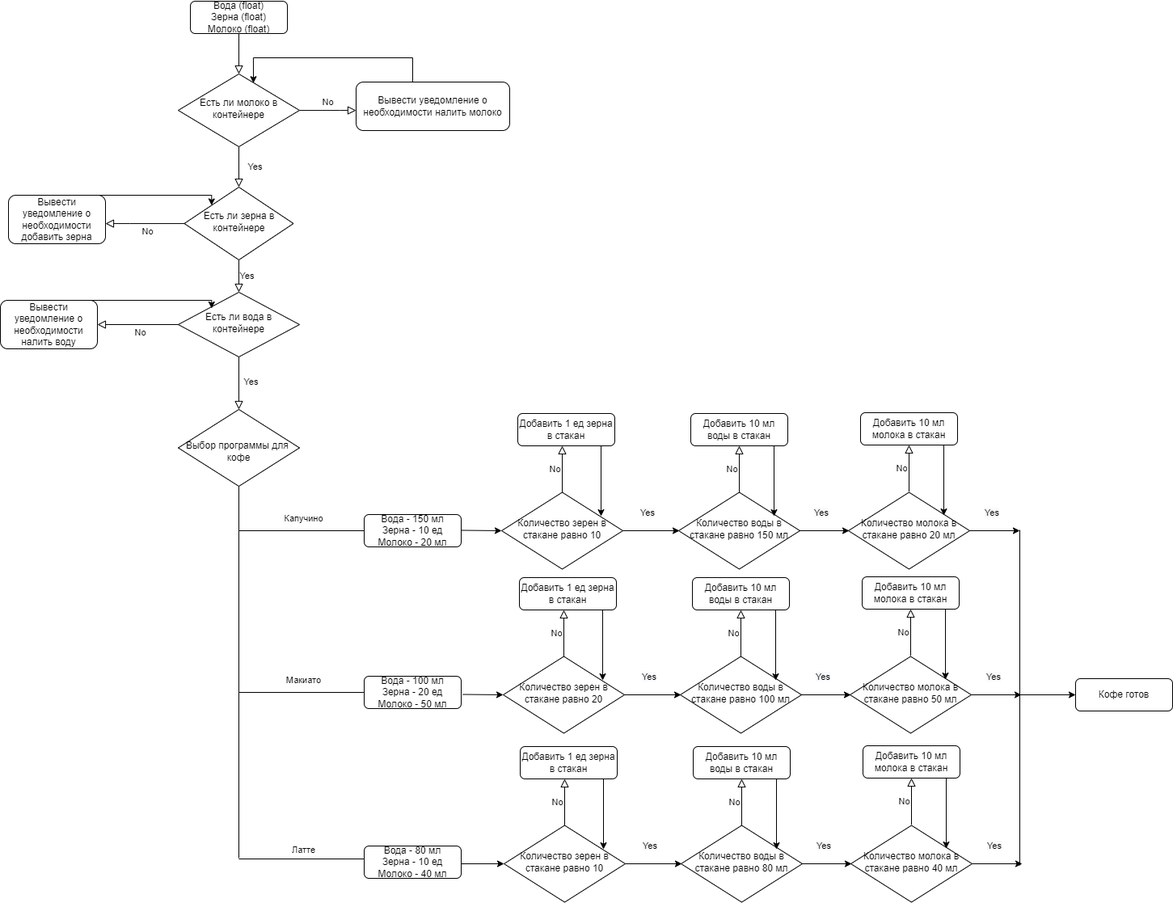
otusteamedu/PHP_BASIC_2022 keeps this draw.io diagram as Блок-схема работы кофемашины.png. Above is the earlier version. Source tidied: cells renumbered, new cells last; positions are measured from the earlier drawing's top-left corner, leaving out a move shared by most shapes.
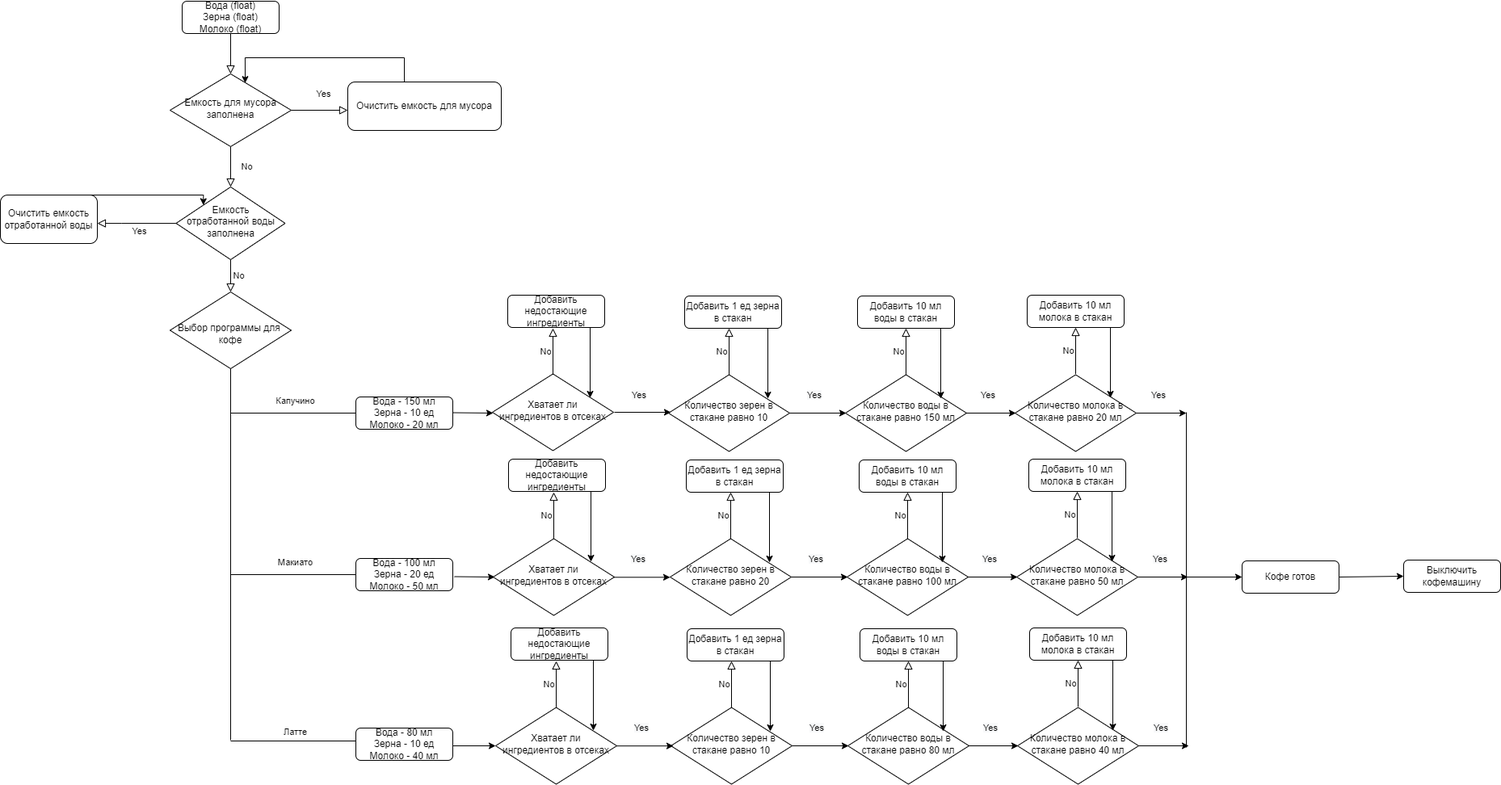
After the commit.

Commit message:
Обновил блок-схему: перенес проверку наличия ингридиентов в программу, добавил проверку отсеков

The edit, as a diff of the source:
```diff
@@ -8,17 +8,9 @@
     <mxCell id="3" value="Вода (float)&lt;br&gt;Зерна (float)&lt;br&gt;Молоко (float)" style="rounded=1;whiteSpace=wrap;html=1;fontSize=12;glass=0;strokeWidth=1;shadow=0;" parent="1" vertex="1">
-      <mxGeometry x="235" width="120" height="40" as="geometry" />
+      <mxGeometry x="18" y="145" width="120" height="40" as="geometry" />
     </mxCell>
-    <mxCell id="4" value="Yes" style="rounded=0;html=1;jettySize=auto;fontSize=11;endArrow=block;endFill=0;endSize=8;strokeWidth=1;shadow=0;labelBackgroundColor=none;edgeStyle=orthogonalEdgeStyle;" parent="1" edge="1" source="6" target="11">
+    <mxCell id="4" value="No" style="rounded=0;html=1;jettySize=auto;fontSize=11;endArrow=block;endFill=0;endSize=8;strokeWidth=1;shadow=0;labelBackgroundColor=none;edgeStyle=orthogonalEdgeStyle;" parent="1" edge="1" source="6" target="11">
       <mxGeometry y="20" relative="1" as="geometry" />
     </mxCell>
-    <mxCell id="5" value="No" style="edgeStyle=orthogonalEdgeStyle;rounded=0;html=1;jettySize=auto;fontSize=11;endArrow=block;endFill=0;endSize=8;strokeWidth=1;shadow=0;labelBackgroundColor=none;" parent="1" edge="1" source="6" target="8">
-      <mxGeometry y="10" relative="1" as="geometry">
-        <Array as="points">
-          <mxPoint x="420" y="135" />
-          <mxPoint x="420" y="135" />
-        </Array>
-      </mxGeometry>
-    </mxCell>
-    <mxCell id="6" value="Есть ли молоко в контейнере" style="rhombus;whiteSpace=wrap;html=1;shadow=0;fontFamily=Helvetica;fontSize=12;align=center;strokeWidth=1;spacing=6;spacingTop=-4;" parent="1" vertex="1">
-      <mxGeometry x="220" y="90" width="150" height="90" as="geometry" />
+    <mxCell id="6" value="Емкость для мусора заполнена" style="rhombus;whiteSpace=wrap;html=1;shadow=0;fontFamily=Helvetica;fontSize=12;align=center;strokeWidth=1;spacing=6;spacingTop=-4;" parent="1" vertex="1">
+      <mxGeometry x="3" y="235" width="150" height="90" as="geometry" />
     </mxCell>
@@ -27,4 +19,4 @@
         <Array as="points">
-          <mxPoint x="510" y="70" />
-          <mxPoint x="313" y="70" />
+          <mxPoint x="293" y="215" />
+          <mxPoint x="96" y="215" />
         </Array>
@@ -32,10 +24,10 @@
     </mxCell>
-    <mxCell id="8" value="Вывести уведомление о необходимости налить молоко" style="rounded=1;whiteSpace=wrap;html=1;fontSize=12;glass=0;strokeWidth=1;shadow=0;" parent="1" vertex="1">
-      <mxGeometry x="440" y="100" width="190" height="60" as="geometry" />
+    <mxCell id="8" value="Очистить емкость для мусора" style="rounded=1;whiteSpace=wrap;html=1;fontSize=12;glass=0;strokeWidth=1;shadow=0;" parent="1" vertex="1">
+      <mxGeometry x="223" y="245" width="190" height="60" as="geometry" />
     </mxCell>
-    <mxCell id="9" value="No" style="rounded=0;html=1;jettySize=auto;fontSize=11;endArrow=block;endFill=0;endSize=8;strokeWidth=1;shadow=0;labelBackgroundColor=none;edgeStyle=orthogonalEdgeStyle;" parent="1" edge="1" source="11" target="12">
+    <mxCell id="9" value="Yes" style="rounded=0;html=1;jettySize=auto;fontSize=11;endArrow=block;endFill=0;endSize=8;strokeWidth=1;shadow=0;labelBackgroundColor=none;edgeStyle=orthogonalEdgeStyle;" parent="1" edge="1" source="11" target="12">
       <mxGeometry x="-0.03" y="10" relative="1" as="geometry">
         <Array as="points">
-          <mxPoint x="160" y="275" />
-          <mxPoint x="160" y="275" />
+          <mxPoint x="-57" y="420" />
+          <mxPoint x="-57" y="420" />
         </Array>
@@ -44,12 +36,12 @@
     </mxCell>
-    <mxCell id="10" value="Yes" style="edgeStyle=orthogonalEdgeStyle;rounded=0;html=1;jettySize=auto;fontSize=11;endArrow=block;endFill=0;endSize=8;strokeWidth=1;shadow=0;labelBackgroundColor=none;" parent="1" edge="1" source="11">
+    <mxCell id="10" value="No" style="edgeStyle=orthogonalEdgeStyle;rounded=0;html=1;jettySize=auto;fontSize=11;endArrow=block;endFill=0;endSize=8;strokeWidth=1;shadow=0;labelBackgroundColor=none;" parent="1" edge="1" source="11">
       <mxGeometry y="10" relative="1" as="geometry">
-        <mxPoint x="295" y="360" as="targetPoint" />
+        <mxPoint x="78" y="505" as="targetPoint" />
       </mxGeometry>
     </mxCell>
-    <mxCell id="11" value="Есть ли зерна в контейнере" style="rhombus;whiteSpace=wrap;html=1;shadow=0;fontFamily=Helvetica;fontSize=12;align=center;strokeWidth=1;spacing=6;spacingTop=-4;" parent="1" vertex="1">
-      <mxGeometry x="227.5" y="230" width="135" height="90" as="geometry" />
+    <mxCell id="11" value="Емкость отработанной воды заполнена" style="rhombus;whiteSpace=wrap;html=1;shadow=0;fontFamily=Helvetica;fontSize=12;align=center;strokeWidth=1;spacing=6;spacingTop=-4;" parent="1" vertex="1">
+      <mxGeometry x="10.5" y="375" width="135" height="90" as="geometry" />
     </mxCell>
-    <mxCell id="12" value="Вывести уведомление о необходимости добавить зерна" style="rounded=1;whiteSpace=wrap;html=1;fontSize=12;glass=0;strokeWidth=1;shadow=0;" parent="1" vertex="1">
-      <mxGeometry x="10" y="240" width="120" height="60" as="geometry" />
+    <mxCell id="12" value="Очистить емкость отработанной воды" style="rounded=1;whiteSpace=wrap;html=1;fontSize=12;glass=0;strokeWidth=1;shadow=0;" parent="1" vertex="1">
+      <mxGeometry x="-207" y="385" width="120" height="60" as="geometry" />
     </mxCell>
@@ -58,57 +50,34 @@
     </mxCell>
-    <mxCell id="14" value="Есть ли вода в контейнере" style="rhombus;whiteSpace=wrap;html=1;shadow=0;fontFamily=Helvetica;fontSize=12;align=center;strokeWidth=1;spacing=6;spacingTop=-4;" parent="1" vertex="1">
-      <mxGeometry x="220" y="360" width="150" height="80" as="geometry" />
-    </mxCell>
-    <mxCell id="15" value="Yes" style="edgeStyle=orthogonalEdgeStyle;rounded=0;html=1;jettySize=auto;fontSize=11;endArrow=block;endFill=0;endSize=8;strokeWidth=1;shadow=0;labelBackgroundColor=none;exitX=0.5;exitY=1;exitDx=0;exitDy=0;" parent="1" edge="1" source="14">
-      <mxGeometry x="-0.08" y="15" relative="1" as="geometry">
-        <mxPoint x="295" y="505" as="targetPoint" />
-      </mxGeometry>
-    </mxCell>
-    <mxCell id="16" value="No" style="rounded=0;html=1;jettySize=auto;fontSize=11;endArrow=block;endFill=0;endSize=8;strokeWidth=1;shadow=0;labelBackgroundColor=none;edgeStyle=orthogonalEdgeStyle;" parent="1" edge="1" target="17">
-      <mxGeometry x="-0.03" y="10" relative="1" as="geometry">
-        <mxPoint x="220" y="400" as="sourcePoint" />
-        <mxPoint x="1" as="offset" />
-      </mxGeometry>
-    </mxCell>
-    <mxCell id="17" value="Вывести уведомление о необходимости налить воду" style="rounded=1;whiteSpace=wrap;html=1;fontSize=12;glass=0;strokeWidth=1;shadow=0;" parent="1" vertex="1">
-      <mxGeometry y="370" width="120" height="60" as="geometry" />
-    </mxCell>
-    <mxCell id="18" style="edgeStyle=segmentEdgeStyle;endArrow=classic;html=1;rounded=0;exitX=0.5;exitY=0;exitDx=0;exitDy=0;entryX=0;entryY=0;entryDx=0;entryDy=0;" parent="1" edge="1">
-      <mxGeometry relative="1" as="geometry">
-        <mxPoint x="70" y="370" as="sourcePoint" />
-        <mxPoint x="261.2" y="380" as="targetPoint" />
-      </mxGeometry>
-    </mxCell>
     <mxCell id="19" value="&lt;br&gt;Выбор программы для &lt;br&gt;кофе" style="rhombus;whiteSpace=wrap;html=1;shadow=0;fontFamily=Helvetica;fontSize=12;align=center;strokeWidth=1;spacing=6;spacingTop=-4;" parent="1" vertex="1">
-      <mxGeometry x="220" y="505" width="150" height="95" as="geometry" />
+      <mxGeometry x="3" y="505" width="150" height="95" as="geometry" />
     </mxCell>
     <mxCell id="20" style="line;strokeWidth=1;direction=south;html=1;" parent="1" vertex="1">
-      <mxGeometry x="290" y="600" width="10" height="460" as="geometry" />
+      <mxGeometry x="73" y="600" width="10" height="460" as="geometry" />
     </mxCell>
     <mxCell id="21" style="line;strokeWidth=1;html=1;perimeter=backbonePerimeter;" parent="1" vertex="1">
-      <mxGeometry x="295" y="650" width="160" height="10" as="geometry" />
+      <mxGeometry x="78" y="650" width="160" height="10" as="geometry" />
     </mxCell>
     <mxCell id="22" value="Капучино" style="text;strokeColor=none;fillColor=none;html=1;fontSize=11;fontStyle=0;verticalAlign=middle;align=center;" parent="1" vertex="1">
-      <mxGeometry x="325" y="620" width="100" height="40" as="geometry" />
+      <mxGeometry x="108" y="620" width="100" height="40" as="geometry" />
     </mxCell>
     <mxCell id="23" value="Вода - 150 мл&lt;br&gt;Зерна - 10 ед&lt;br&gt;Молоко - 20 мл" style="rounded=1;whiteSpace=wrap;html=1;fontSize=12;glass=0;strokeWidth=1;shadow=0;" parent="1" vertex="1">
-      <mxGeometry x="450" y="635" width="120" height="40" as="geometry" />
+      <mxGeometry x="233" y="635" width="120" height="40" as="geometry" />
     </mxCell>
     <mxCell id="24" style="line;strokeWidth=1;html=1;perimeter=backbonePerimeter;" parent="1" vertex="1">
-      <mxGeometry x="295" y="850" width="160" height="10" as="geometry" />
+      <mxGeometry x="78" y="850" width="160" height="10" as="geometry" />
     </mxCell>
     <mxCell id="25" value="Макиато" style="text;strokeColor=none;fillColor=none;html=1;fontSize=11;fontStyle=0;verticalAlign=middle;align=center;" parent="1" vertex="1">
-      <mxGeometry x="325" y="820" width="100" height="40" as="geometry" />
+      <mxGeometry x="108" y="820" width="100" height="40" as="geometry" />
     </mxCell>
     <mxCell id="26" value="Вода - 100 мл&lt;br&gt;Зерна - 20 ед&lt;br&gt;Молоко - 50 мл" style="rounded=1;whiteSpace=wrap;html=1;fontSize=12;glass=0;strokeWidth=1;shadow=0;" parent="1" vertex="1">
-      <mxGeometry x="450" y="835" width="120" height="40" as="geometry" />
+      <mxGeometry x="233" y="835" width="120" height="40" as="geometry" />
     </mxCell>
     <mxCell id="27" style="line;strokeWidth=1;html=1;perimeter=backbonePerimeter;" parent="1" vertex="1">
-      <mxGeometry x="295" y="1056" width="160" height="10" as="geometry" />
+      <mxGeometry x="78" y="1056" width="160" height="10" as="geometry" />
     </mxCell>
     <mxCell id="28" value="Латте" style="text;strokeColor=none;fillColor=none;html=1;fontSize=11;fontStyle=0;verticalAlign=middle;align=center;" parent="1" vertex="1">
-      <mxGeometry x="325" y="1030" width="100" height="40" as="geometry" />
+      <mxGeometry x="108" y="1030" width="100" height="40" as="geometry" />
     </mxCell>
     <mxCell id="29" value="Вода - 80 мл&lt;br&gt;Зерна - 10 ед&lt;br&gt;Молоко - 40 мл" style="rounded=1;whiteSpace=wrap;html=1;fontSize=12;glass=0;strokeWidth=1;shadow=0;" parent="1" vertex="1">
-      <mxGeometry x="450" y="1045" width="120" height="40" as="geometry" />
+      <mxGeometry x="233" y="1045" width="120" height="40" as="geometry" />
     </mxCell>
@@ -116,4 +85,4 @@
       <mxGeometry relative="1" as="geometry">
-        <mxPoint x="570" y="654.5" as="sourcePoint" />
-        <mxPoint x="620" y="655" as="targetPoint" />
+        <mxPoint x="353" y="654.5" as="sourcePoint" />
+        <mxPoint x="403" y="655" as="targetPoint" />
       </mxGeometry>
@@ -203,4 +172,4 @@
       <mxGeometry relative="1" as="geometry">
-        <mxPoint x="572" y="857.5" as="sourcePoint" />
-        <mxPoint x="622" y="858" as="targetPoint" />
+        <mxPoint x="355" y="857.5" as="sourcePoint" />
+        <mxPoint x="405" y="858" as="targetPoint" />
       </mxGeometry>
@@ -290,4 +259,4 @@
       <mxGeometry relative="1" as="geometry">
-        <mxPoint x="570" y="1067" as="sourcePoint" />
-        <mxPoint x="623" y="1067" as="targetPoint" />
+        <mxPoint x="353" y="1067" as="sourcePoint" />
+        <mxPoint x="406" y="1067" as="targetPoint" />
       </mxGeometry>
@@ -390,2 +359,98 @@
     </mxCell>
+    <mxCell id="90" style="endArrow=classic;html=1;rounded=0;fontSize=11;exitX=1;exitY=0.5;exitDx=0;exitDy=0;entryX=0;entryY=0.5;entryDx=0;entryDy=0;" parent="1" edge="1" source="89" target="91">
+      <mxGeometry relative="1" as="geometry" />
+    </mxCell>
+    <mxCell id="91" value="Выключить кофемашину" style="rounded=1;whiteSpace=wrap;html=1;fontSize=12;glass=0;strokeWidth=1;shadow=0;" parent="1" vertex="1">
+      <mxGeometry x="1530" y="837" width="120" height="40" as="geometry" />
+    </mxCell>
+    <mxCell id="92" value="Yes" style="rounded=0;html=1;jettySize=auto;orthogonalLoop=1;fontSize=11;endArrow=block;endFill=0;endSize=8;strokeWidth=1;shadow=0;labelBackgroundColor=none;edgeStyle=orthogonalEdgeStyle;entryX=0;entryY=0.5;entryDx=0;entryDy=0;" parent="1" edge="1">
+      <mxGeometry x="0.14" y="20" relative="1" as="geometry">
+        <mxPoint x="153" y="280" as="sourcePoint" />
+        <mxPoint x="223" y="280" as="targetPoint" />
+      </mxGeometry>
+    </mxCell>
+    <mxCell id="93" value="Хватает ли ингредиентов в отсеках" style="rhombus;whiteSpace=wrap;html=1;shadow=0;fontFamily=Helvetica;fontSize=12;align=center;strokeWidth=1;spacing=6;spacingTop=-4;" parent="1" vertex="1">
+      <mxGeometry x="402" y="606.5" width="150" height="95" as="geometry" />
+    </mxCell>
+    <mxCell id="94" value="Хватает ли ингредиентов в отсеках" style="rhombus;whiteSpace=wrap;html=1;shadow=0;fontFamily=Helvetica;fontSize=12;align=center;strokeWidth=1;spacing=6;spacingTop=-4;" parent="1" vertex="1">
+      <mxGeometry x="403" y="810.5" width="150" height="95" as="geometry" />
+    </mxCell>
+    <mxCell id="95" value="No" style="rounded=0;html=1;jettySize=auto;orthogonalLoop=1;fontSize=11;endArrow=block;endFill=0;endSize=8;strokeWidth=1;shadow=0;labelBackgroundColor=none;edgeStyle=orthogonalEdgeStyle;exitX=0.5;exitY=0;exitDx=0;exitDy=0;" parent="1" edge="1">
+      <mxGeometry x="-0.03" y="10" relative="1" as="geometry">
+        <mxPoint x="477" y="607.5" as="sourcePoint" />
+        <mxPoint x="477" y="550" as="targetPoint" />
+        <mxPoint x="1" as="offset" />
+      </mxGeometry>
+    </mxCell>
+    <mxCell id="96" value="Добавить недостающие ингредиенты" style="rounded=1;whiteSpace=wrap;html=1;fontSize=12;glass=0;strokeWidth=1;shadow=0;" parent="1" vertex="1">
+      <mxGeometry x="421" y="509" width="120" height="40" as="geometry" />
+    </mxCell>
+    <mxCell id="97" style="endArrow=classic;html=1;rounded=0;fontSize=11;entryX=0.82;entryY=0.311;entryDx=0;entryDy=0;entryPerimeter=0;" parent="1" edge="1">
+      <mxGeometry relative="1" as="geometry">
+        <mxPoint x="523" y="549" as="sourcePoint" />
+        <mxPoint x="523" y="636" as="targetPoint" />
+      </mxGeometry>
+    </mxCell>
+    <mxCell id="98" value="No" style="rounded=0;html=1;jettySize=auto;orthogonalLoop=1;fontSize=11;endArrow=block;endFill=0;endSize=8;strokeWidth=1;shadow=0;labelBackgroundColor=none;edgeStyle=orthogonalEdgeStyle;exitX=0.5;exitY=0;exitDx=0;exitDy=0;" parent="1" edge="1">
+      <mxGeometry x="-0.03" y="10" relative="1" as="geometry">
+        <mxPoint x="478" y="810.5" as="sourcePoint" />
+        <mxPoint x="478" y="753" as="targetPoint" />
+        <mxPoint x="1" as="offset" />
+      </mxGeometry>
+    </mxCell>
+    <mxCell id="99" value="Добавить недостающие ингредиенты" style="rounded=1;whiteSpace=wrap;html=1;fontSize=12;glass=0;strokeWidth=1;shadow=0;" parent="1" vertex="1">
+      <mxGeometry x="422" y="712" width="120" height="40" as="geometry" />
+    </mxCell>
+    <mxCell id="100" style="endArrow=classic;html=1;rounded=0;fontSize=11;entryX=0.82;entryY=0.311;entryDx=0;entryDy=0;entryPerimeter=0;" parent="1" edge="1">
+      <mxGeometry relative="1" as="geometry">
+        <mxPoint x="524" y="752" as="sourcePoint" />
+        <mxPoint x="524" y="839" as="targetPoint" />
+      </mxGeometry>
+    </mxCell>
+    <mxCell id="101" value="Хватает ли ингредиентов в отсеках" style="rhombus;whiteSpace=wrap;html=1;shadow=0;fontFamily=Helvetica;fontSize=12;align=center;strokeWidth=1;spacing=6;spacingTop=-4;" parent="1" vertex="1">
+      <mxGeometry x="406" y="1019.5" width="150" height="95" as="geometry" />
+    </mxCell>
+    <mxCell id="102" value="No" style="rounded=0;html=1;jettySize=auto;orthogonalLoop=1;fontSize=11;endArrow=block;endFill=0;endSize=8;strokeWidth=1;shadow=0;labelBackgroundColor=none;edgeStyle=orthogonalEdgeStyle;exitX=0.5;exitY=0;exitDx=0;exitDy=0;" parent="1" edge="1">
+      <mxGeometry x="-0.03" y="10" relative="1" as="geometry">
+        <mxPoint x="481" y="1019.5" as="sourcePoint" />
+        <mxPoint x="481" y="962" as="targetPoint" />
+        <mxPoint x="1" as="offset" />
+      </mxGeometry>
+    </mxCell>
+    <mxCell id="103" value="Добавить недостающие ингредиенты" style="rounded=1;whiteSpace=wrap;html=1;fontSize=12;glass=0;strokeWidth=1;shadow=0;" parent="1" vertex="1">
+      <mxGeometry x="425" y="921" width="120" height="40" as="geometry" />
+    </mxCell>
+    <mxCell id="104" style="endArrow=classic;html=1;rounded=0;fontSize=11;entryX=0.82;entryY=0.311;entryDx=0;entryDy=0;entryPerimeter=0;" parent="1" edge="1">
+      <mxGeometry relative="1" as="geometry">
+        <mxPoint x="527" y="961" as="sourcePoint" />
+        <mxPoint x="527" y="1048" as="targetPoint" />
+      </mxGeometry>
+    </mxCell>
+    <mxCell id="105" value="&lt;span style=&quot;color: rgb(0, 0, 0); font-family: helvetica; font-size: 11px; font-style: normal; font-weight: 400; letter-spacing: normal; text-align: center; text-indent: 0px; text-transform: none; word-spacing: 0px; background-color: rgb(248, 249, 250); display: inline; float: none;&quot;&gt;Yes&lt;/span&gt;" style="text;whiteSpace=wrap;html=1;fontSize=11;" parent="1" vertex="1">
+      <mxGeometry x="573" y="620" width="40" height="30" as="geometry" />
+    </mxCell>
+    <mxCell id="106" style="endArrow=classic;html=1;rounded=0;fontSize=11;exitX=1;exitY=0.5;exitDx=0;exitDy=0;" parent="1" edge="1">
+      <mxGeometry relative="1" as="geometry">
+        <mxPoint x="553" y="654" as="sourcePoint" />
+        <mxPoint x="623" y="654" as="targetPoint" />
+      </mxGeometry>
+    </mxCell>
+    <mxCell id="107" value="&lt;span style=&quot;color: rgb(0, 0, 0); font-family: helvetica; font-size: 11px; font-style: normal; font-weight: 400; letter-spacing: normal; text-align: center; text-indent: 0px; text-transform: none; word-spacing: 0px; background-color: rgb(248, 249, 250); display: inline; float: none;&quot;&gt;Yes&lt;/span&gt;" style="text;whiteSpace=wrap;html=1;fontSize=11;" parent="1" vertex="1">
+      <mxGeometry x="572" y="823.3" width="40" height="30" as="geometry" />
+    </mxCell>
+    <mxCell id="108" style="endArrow=classic;html=1;rounded=0;fontSize=11;exitX=1;exitY=0.5;exitDx=0;exitDy=0;" parent="1" edge="1">
+      <mxGeometry relative="1" as="geometry">
+        <mxPoint x="552" y="858.3" as="sourcePoint" />
+        <mxPoint x="622" y="858.3" as="targetPoint" />
+      </mxGeometry>
+    </mxCell>
+    <mxCell id="109" value="&lt;span style=&quot;color: rgb(0, 0, 0); font-family: helvetica; font-size: 11px; font-style: normal; font-weight: 400; letter-spacing: normal; text-align: center; text-indent: 0px; text-transform: none; word-spacing: 0px; background-color: rgb(248, 249, 250); display: inline; float: none;&quot;&gt;Yes&lt;/span&gt;" style="text;whiteSpace=wrap;html=1;fontSize=11;" parent="1" vertex="1">
+      <mxGeometry x="576" y="1032.2" width="40" height="30" as="geometry" />
+    </mxCell>
+    <mxCell id="110" style="endArrow=classic;html=1;rounded=0;fontSize=11;exitX=1;exitY=0.5;exitDx=0;exitDy=0;" parent="1" edge="1">
+      <mxGeometry relative="1" as="geometry">
+        <mxPoint x="556" y="1067.2" as="sourcePoint" />
+        <mxPoint x="626" y="1067.2" as="targetPoint" />
+      </mxGeometry>
+    </mxCell>
   </root>
```
